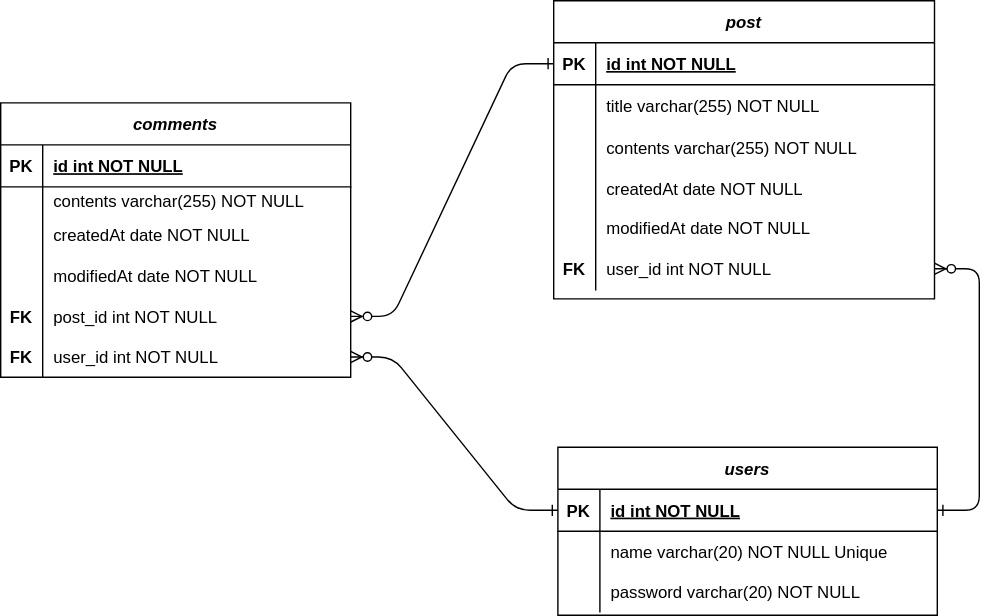
Earlier version of the draw.io export DB Structure.drawio.svg (Chaeyounglim/myBlog). Source tidied: cells renumbered, new cells last; positions are measured from the earlier drawing's top-left corner, leaving out a move shared by most shapes.
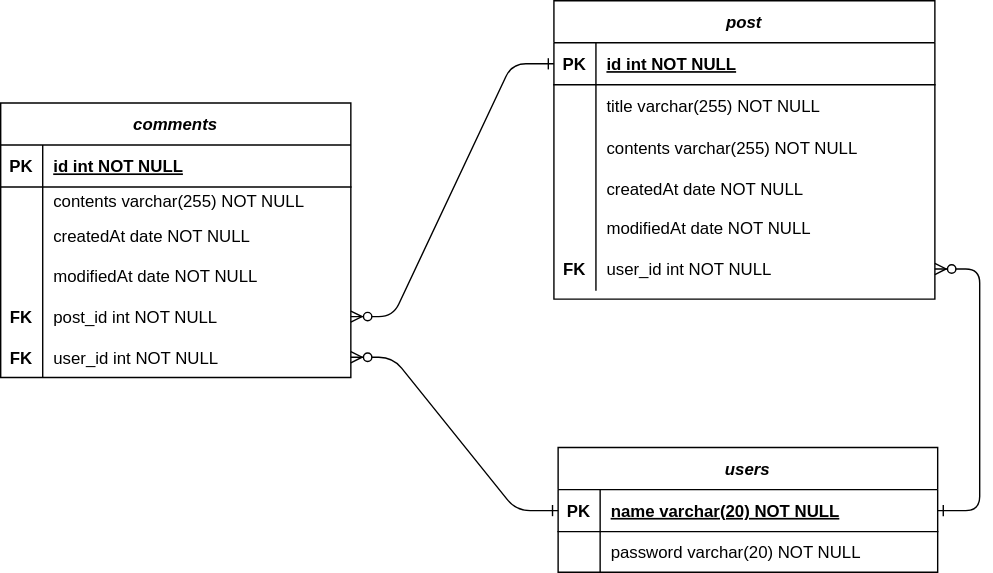
After the change.

What changed in the source:
```diff
@@ -63,7 +63,7 @@
       <mxGeometry x="30" width="242" height="31" as="geometry" />
     </mxCell>
     <mxCell id="22" value="users" style="shape=table;startSize=30;rowLines=0;fontStyle=3;align=center;" parent="1" vertex="1">
-      <mxGeometry x="398" y="354" width="271" height="120" as="geometry" />
+      <mxGeometry x="398" y="354" width="271" height="89" as="geometry" />
     </mxCell>
     <mxCell id="23" style="shape=partialRectangle;fillColor=none;points=[[0,0.5],[1,0.5]];portConstraint=eastwest;top=0;left=0;right=0;bottom=1;" parent="22" vertex="1">
       <mxGeometry y="30" width="271" height="30" as="geometry" />
@@ -71,7 +71,7 @@
     <mxCell id="24" value="PK" style="shape=partialRectangle;overflow=hidden;fillColor=none;top=0;left=0;bottom=0;right=0;fontStyle=1;" parent="23" vertex="1">
       <mxGeometry width="30" height="30" as="geometry" />
     </mxCell>
-    <mxCell id="25" value="id int NOT NULL " style="shape=partialRectangle;overflow=hidden;fillColor=none;top=0;left=0;bottom=0;right=0;align=left;spacingLeft=6;fontStyle=5;" parent="23" vertex="1">
+    <mxCell id="25" value="name varchar(20) NOT NULL" style="shape=partialRectangle;overflow=hidden;fillColor=none;top=0;left=0;bottom=0;right=0;align=left;spacingLeft=6;fontStyle=5;" parent="23" vertex="1">
       <mxGeometry x="30" width="241" height="30" as="geometry" />
     </mxCell>
     <mxCell id="26" style="shape=partialRectangle;fillColor=none;top=0;left=0;right=0;bottom=0;" parent="22" vertex="1">
@@ -80,18 +80,9 @@
     <mxCell id="27" style="shape=partialRectangle;overflow=hidden;fillColor=none;top=0;left=0;bottom=0;right=0;" parent="26" vertex="1">
       <mxGeometry width="30" height="29" as="geometry" />
     </mxCell>
-    <mxCell id="28" value="name varchar(20) NOT NULL Unique" style="shape=partialRectangle;overflow=hidden;fillColor=none;top=0;left=0;bottom=0;right=0;align=left;spacingLeft=6;" parent="26" vertex="1">
+    <mxCell id="28" value="password varchar(20) NOT NULL" style="shape=partialRectangle;overflow=hidden;fillColor=none;top=0;left=0;bottom=0;right=0;align=left;spacingLeft=6;" parent="26" vertex="1">
       <mxGeometry x="30" width="241" height="29" as="geometry" />
     </mxCell>
-    <mxCell id="29" style="shape=partialRectangle;fillColor=none;top=0;left=0;right=0;bottom=0;" parent="22" vertex="1">
-      <mxGeometry y="89" width="271" height="29" as="geometry" />
-    </mxCell>
-    <mxCell id="30" style="shape=partialRectangle;overflow=hidden;fillColor=none;top=0;left=0;bottom=0;right=0;" parent="29" vertex="1">
-      <mxGeometry width="30" height="29" as="geometry" />
-    </mxCell>
-    <mxCell id="31" value="password varchar(20) NOT NULL" style="shape=partialRectangle;overflow=hidden;fillColor=none;top=0;left=0;bottom=0;right=0;align=left;spacingLeft=6;" parent="29" vertex="1">
-      <mxGeometry x="30" width="241" height="29" as="geometry" />
-    </mxCell>
     <mxCell id="32" value="comments" style="shape=table;startSize=30;rowLines=0;fontStyle=3;align=center;" parent="1" vertex="1">
       <mxGeometry y="108" width="250" height="196" as="geometry" />
     </mxCell>
```
